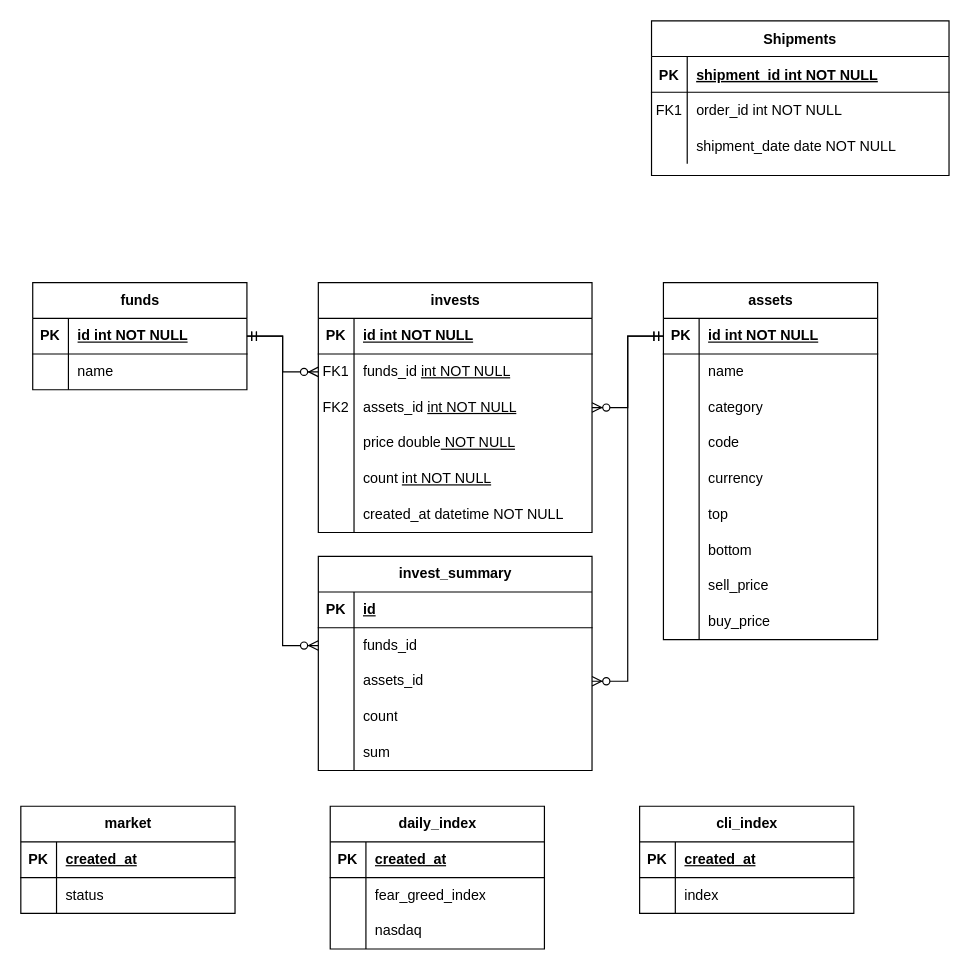
ChoSanghyuk/personal_projects keeps this draw.io diagram as invest/invest_model.drawio. Above is the earlier version. Source tidied: cells renumbered, new cells numbered last; positions are measured from the earlier drawing's top-left corner, leaving out a move shared by most shapes. Both pictures are drawn from the tidied source at 119%, with x=0, y=0 at pixel (20, 20).
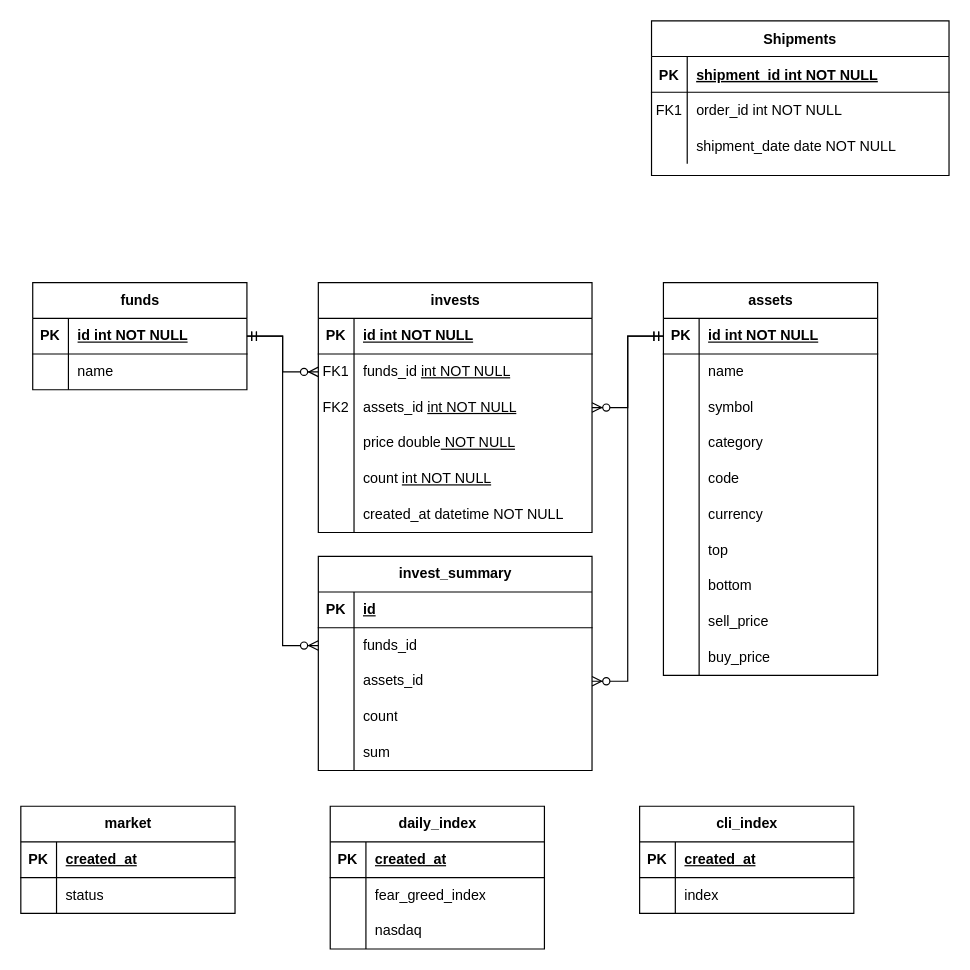
The same diagram, later.

Change to the diagram source:
```diff
@@
     <mxCell id="12" value="assets" style="shape=table;startSize=30;childLayout=tableLayout;rowLines=0;fontStyle=1;align=center;html=1;resizeLastRow=0;" parent="1" vertex="1">
-      <mxGeometry x="540" y="220" width="180" height="300" as="geometry" />
+      <mxGeometry x="540" y="220" width="180" height="330" as="geometry" />
     </mxCell>
@@
+    <mxCell id="110" style="shape=tableRow;horizontal=0;startSize=0;swimlaneHead=0;swimlaneBody=0;fillColor=none;top=0;left=0;right=0;bottom=0;" parent="12" vertex="1">
+      <mxGeometry y="90" width="180" height="30" as="geometry" />
+    </mxCell>
+    <mxCell id="111" style="shape=partialRectangle;fillColor=none;top=0;left=0;bottom=0;right=0;overflow=hidden;whiteSpace=wrap;html=1;" parent="110" vertex="1">
+      <mxGeometry width="30" height="30" as="geometry" />
+    </mxCell>
+    <mxCell id="112" value="symbol" style="shape=partialRectangle;fillColor=none;top=0;left=0;bottom=0;right=0;align=left;spacingLeft=6;overflow=hidden;whiteSpace=wrap;html=1;" parent="110" vertex="1">
+      <mxGeometry x="30" width="150" height="30" as="geometry" />
+    </mxCell>
     <mxCell id="19" style="shape=tableRow;horizontal=0;startSize=0;swimlaneHead=0;swimlaneBody=0;fillColor=none;top=0;left=0;right=0;bottom=0;" parent="12" vertex="1">
-      <mxGeometry y="90" width="180" height="30" as="geometry" />
+      <mxGeometry y="120" width="180" height="30" as="geometry" />
     </mxCell>
@@
     <mxCell id="22" style="shape=tableRow;horizontal=0;startSize=0;swimlaneHead=0;swimlaneBody=0;fillColor=none;top=0;left=0;right=0;bottom=0;" parent="12" vertex="1">
-      <mxGeometry y="120" width="180" height="30" as="geometry" />
+      <mxGeometry y="150" width="180" height="30" as="geometry" />
     </mxCell>
@@
     <mxCell id="25" style="shape=tableRow;horizontal=0;startSize=0;swimlaneHead=0;swimlaneBody=0;fillColor=none;top=0;left=0;right=0;bottom=0;" parent="12" vertex="1">
-      <mxGeometry y="150" width="180" height="30" as="geometry" />
+      <mxGeometry y="180" width="180" height="30" as="geometry" />
     </mxCell>
@@
     <mxCell id="28" style="shape=tableRow;horizontal=0;startSize=0;swimlaneHead=0;swimlaneBody=0;fillColor=none;top=0;left=0;right=0;bottom=0;" parent="12" vertex="1">
-      <mxGeometry y="180" width="180" height="30" as="geometry" />
+      <mxGeometry y="210" width="180" height="30" as="geometry" />
     </mxCell>
@@
     <mxCell id="31" style="shape=tableRow;horizontal=0;startSize=0;swimlaneHead=0;swimlaneBody=0;fillColor=none;top=0;left=0;right=0;bottom=0;" parent="12" vertex="1">
-      <mxGeometry y="210" width="180" height="30" as="geometry" />
+      <mxGeometry y="240" width="180" height="30" as="geometry" />
     </mxCell>
@@
     <mxCell id="34" style="shape=tableRow;horizontal=0;startSize=0;swimlaneHead=0;swimlaneBody=0;fillColor=none;top=0;left=0;right=0;bottom=0;" parent="12" vertex="1">
-      <mxGeometry y="240" width="180" height="30" as="geometry" />
+      <mxGeometry y="270" width="180" height="30" as="geometry" />
     </mxCell>
@@
     <mxCell id="37" style="shape=tableRow;horizontal=0;startSize=0;swimlaneHead=0;swimlaneBody=0;fillColor=none;top=0;left=0;right=0;bottom=0;" parent="12" vertex="1">
-      <mxGeometry y="270" width="180" height="30" as="geometry" />
+      <mxGeometry y="300" width="180" height="30" as="geometry" />
     </mxCell>
```
